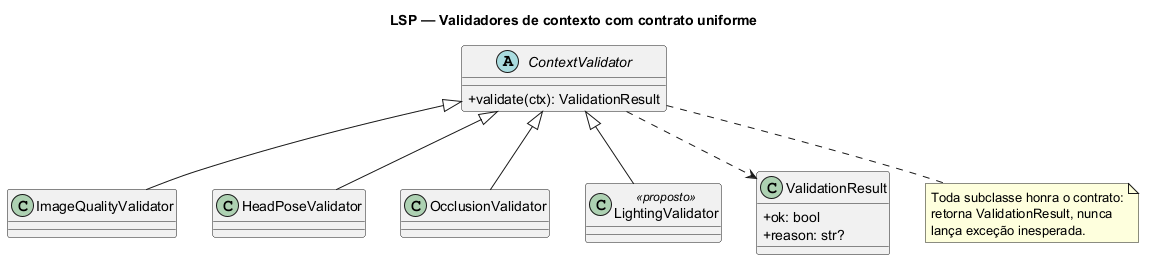
The PlantUML diagram docs/article-solid/diagrams/png/04-lsp-validators.png in luixsouza/driver-fatigue-detector, before a commit. Its diagram source:
```plantuml
@startuml
title LSP — Validadores de contexto com contrato uniforme

skinparam classAttributeIconSize 0
skinparam shadowing false
skinparam defaultFontName "Helvetica"

abstract class ContextValidator {
  +validate(ctx): ValidationResult
}

class ImageQualityValidator
class HeadPoseValidator
class OcclusionValidator
class LightingValidator <<proposto>>

class ValidationResult {
  +ok: bool
  +reason: str?
}

ContextValidator <|-- ImageQualityValidator
ContextValidator <|-- HeadPoseValidator
ContextValidator <|-- OcclusionValidator
ContextValidator <|-- LightingValidator

ContextValidator ..> ValidationResult

note bottom of ContextValidator
  Toda subclasse honra o contrato:
  retorna ValidationResult, nunca
  lança exceção inesperada.
end note

@enduml
```
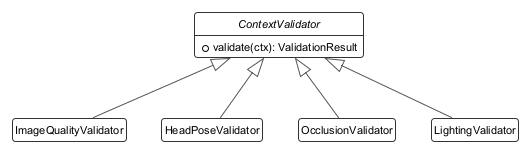
After the commit.

What changed in the source:
```diff
@@ -1,35 +1,25 @@
 @startuml
-title LSP — Validadores de contexto com contrato uniforme
-
-skinparam classAttributeIconSize 0
+!theme plain
 skinparam shadowing false
+skinparam roundCorner 6
 skinparam defaultFontName "Helvetica"
+skinparam defaultFontSize 11
+skinparam ArrowColor #555555
+skinparam ClassBackgroundColor #FFFFFF
+skinparam ClassBorderColor #333333
+hide circle
+hide empty members
 
 abstract class ContextValidator {
   +validate(ctx): ValidationResult
 }
-
 class ImageQualityValidator
 class HeadPoseValidator
 class OcclusionValidator
-class LightingValidator <<proposto>>
-
-class ValidationResult {
-  +ok: bool
-  +reason: str?
-}
+class LightingValidator
 
 ContextValidator <|-- ImageQualityValidator
 ContextValidator <|-- HeadPoseValidator
 ContextValidator <|-- OcclusionValidator
 ContextValidator <|-- LightingValidator
-
-ContextValidator ..> ValidationResult
-
-note bottom of ContextValidator
-  Toda subclasse honra o contrato:
-  retorna ValidationResult, nunca
-  lança exceção inesperada.
-end note
-
 @enduml
```
